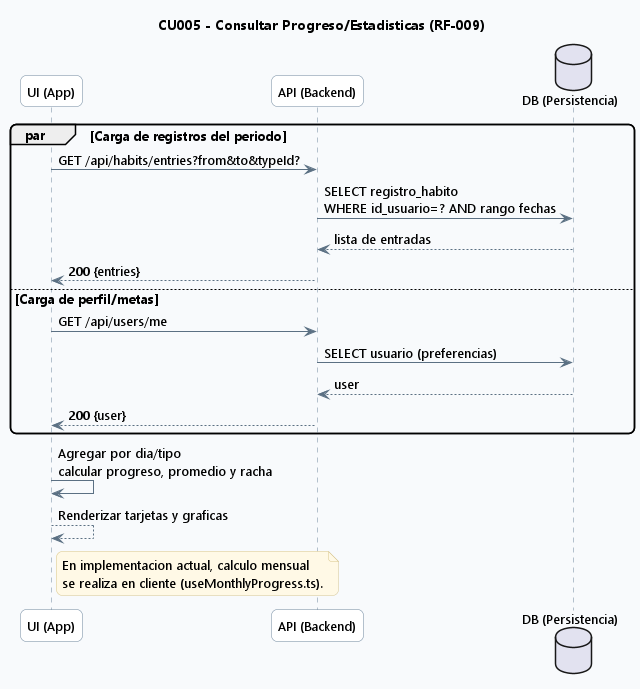
This is out/docs/diagrams/cap4/05_seq_cu005_progreso/05_seq_cu005_progreso.png from TPerez13/TFG, a PlantUML export, as it was before one commit. Its diagram source:
```plantuml
@startuml

skinparam backgroundColor #F8FAFC
skinparam shadowing false
skinparam roundcorner 12
skinparam defaultFontName Segoe UI
skinparam defaultFontSize 13
skinparam ArrowColor #5B7083
skinparam ArrowThickness 1
skinparam sequence {
  LifeLineBorderColor #6E879D
  LifeLineBackgroundColor #FFFFFF
  ParticipantBorderColor #6E879D
  ParticipantBackgroundColor #FFFFFF
}
skinparam noteBackgroundColor #FFF9E6
skinparam noteBorderColor #D7C58A

title CU005 - Consultar Progreso/Estadisticas (RF-009)

participant "UI (App)" as UI
participant "API (Backend)" as API
database "DB (Persistencia)" as DB

par Carga de registros del periodo
  UI -> API: GET /api/habits/entries?from&to&typeId?
  API -> DB: SELECT registro_habito\nWHERE id_usuario=? AND rango fechas
  DB --> API: lista de entradas
  API --> UI: 200 {entries}
else Carga de perfil/metas
  UI -> API: GET /api/users/me
  API -> DB: SELECT usuario (preferencias)
  DB --> API: user
  API --> UI: 200 {user}
end

UI -> UI: Agregar por dia/tipo\ncalcular progreso, promedio y racha
UI --> UI: Renderizar tarjetas y graficas

note right of UI
En implementacion actual, calculo mensual
se realiza en cliente (useMonthlyProgress.ts).
end note

@enduml
```
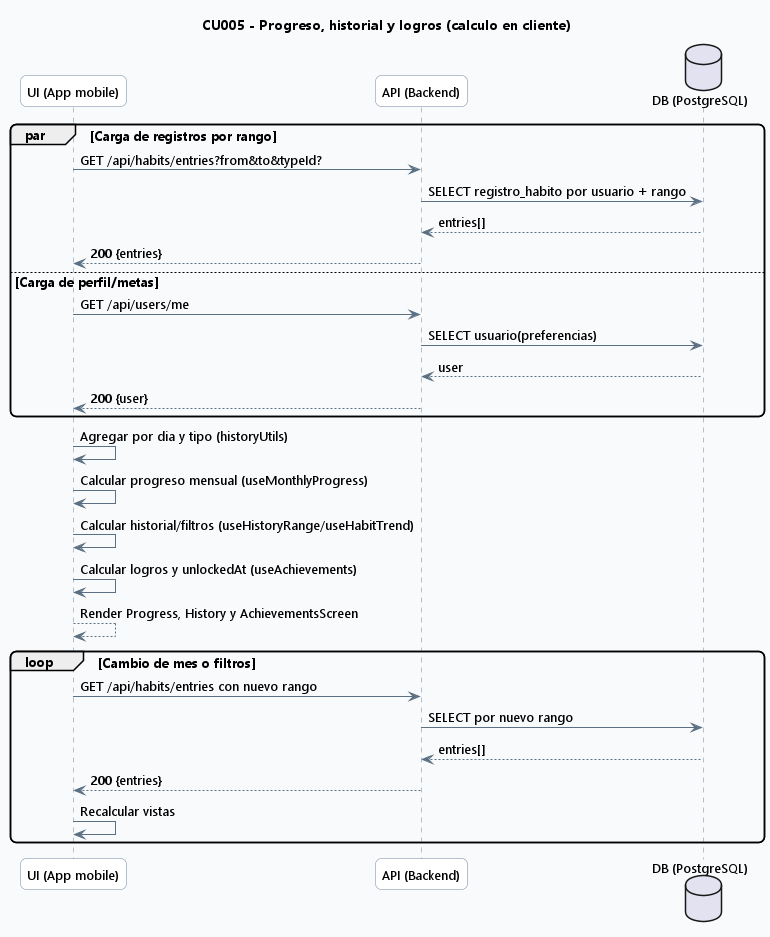
After the change.

Diff of the diagram source:
```diff
@@ -16,30 +16,36 @@
 skinparam noteBackgroundColor #FFF9E6
 skinparam noteBorderColor #D7C58A
 
-title CU005 - Consultar Progreso/Estadisticas (RF-009)
+title CU005 - Progreso, historial y logros (calculo en cliente)
 
-participant "UI (App)" as UI
+participant "UI (App mobile)" as UI
 participant "API (Backend)" as API
-database "DB (Persistencia)" as DB
+database "DB (PostgreSQL)" as DB
 
-par Carga de registros del periodo
+par Carga de registros por rango
   UI -> API: GET /api/habits/entries?from&to&typeId?
-  API -> DB: SELECT registro_habito\nWHERE id_usuario=? AND rango fechas
-  DB --> API: lista de entradas
+  API -> DB: SELECT registro_habito por usuario + rango
+  DB --> API: entries[]
   API --> UI: 200 {entries}
 else Carga de perfil/metas
   UI -> API: GET /api/users/me
-  API -> DB: SELECT usuario (preferencias)
+  API -> DB: SELECT usuario(preferencias)
   DB --> API: user
   API --> UI: 200 {user}
 end
 
-UI -> UI: Agregar por dia/tipo\ncalcular progreso, promedio y racha
-UI --> UI: Renderizar tarjetas y graficas
+UI -> UI: Agregar por dia y tipo (historyUtils)
+UI -> UI: Calcular progreso mensual (useMonthlyProgress)
+UI -> UI: Calcular historial/filtros (useHistoryRange/useHabitTrend)
+UI -> UI: Calcular logros y unlockedAt (useAchievements)
+UI --> UI: Render Progress, History y AchievementsScreen
 
-note right of UI
-En implementacion actual, calculo mensual
-se realiza en cliente (useMonthlyProgress.ts).
-end note
+loop Cambio de mes o filtros
+  UI -> API: GET /api/habits/entries con nuevo rango
+  API -> DB: SELECT por nuevo rango
+  DB --> API: entries[]
+  API --> UI: 200 {entries}
+  UI -> UI: Recalcular vistas
+end
 
 @enduml
```
